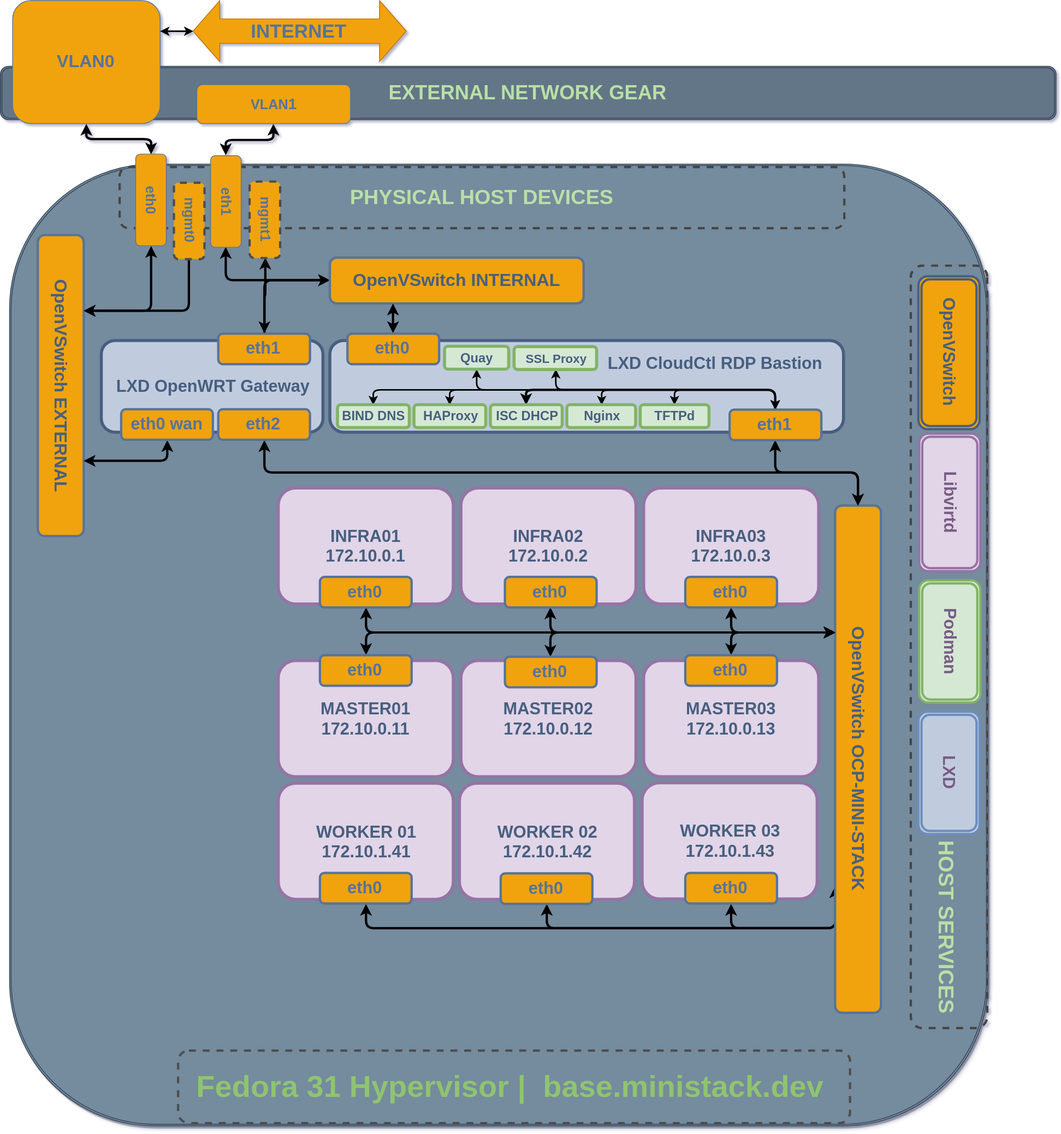
Earlier version of the draw.io export zweb/drawio/master-ocp-mini-stack.svg (kubernautics/openshift). Source tidied: cells renumbered, new cells last; positions are measured from the earlier drawing's top-left corner, leaving out a move shared by most shapes.
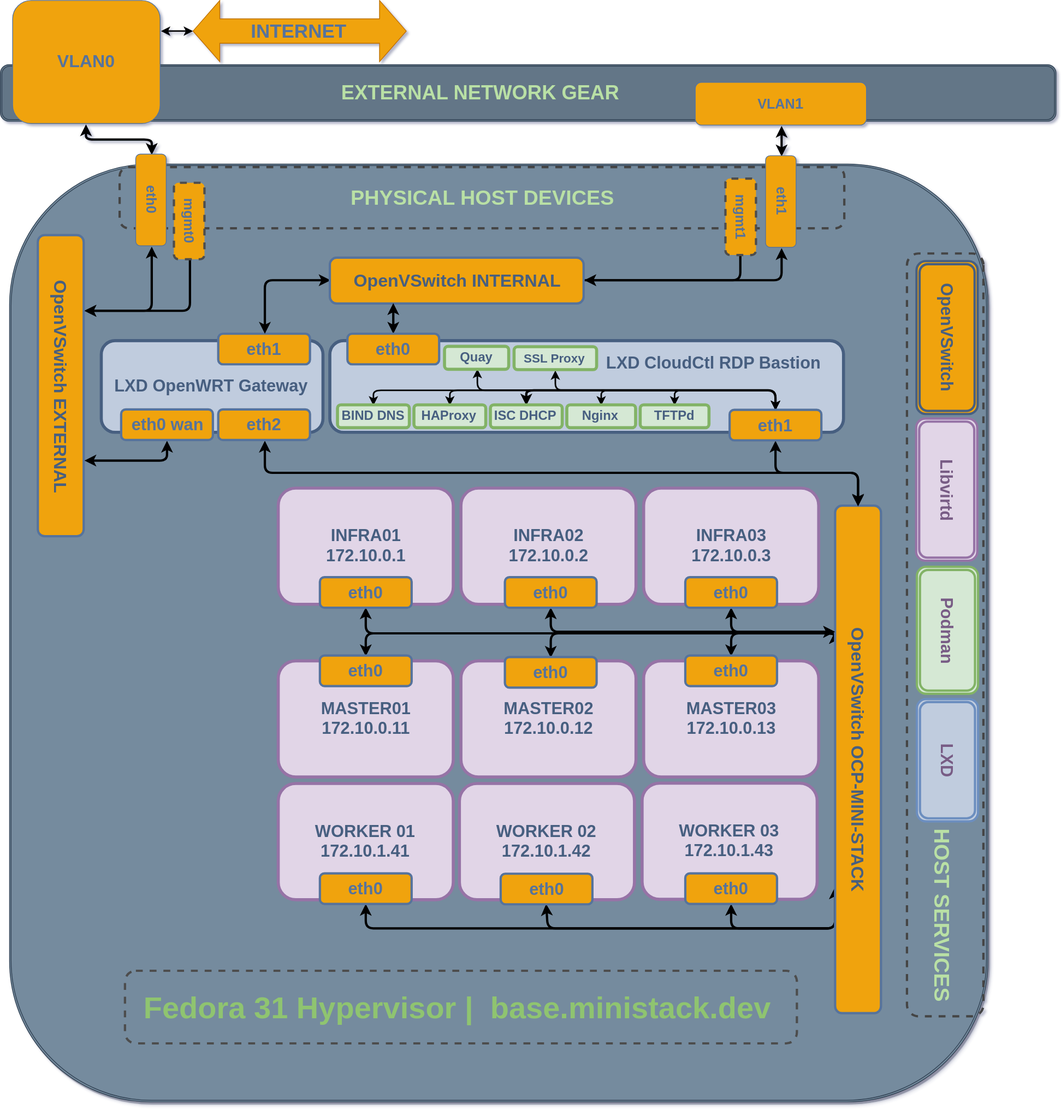
Later version of the same file.

Commit message:
diagram and cleanup

The edit, as a diff of the source:
```diff
@@ -3,13 +3,13 @@
     <mxCell id="0" />
     <mxCell id="1" parent="0" />
     <mxCell id="2" style="shape=ext;double=1;rounded=1;whiteSpace=wrap;html=1;fillColor=#758B9E;strokeColor=#314354;fontColor=#ffffff;glass=0;shadow=1;comic=0;" parent="1" vertex="1">
-      <mxGeometry x="130" y="214" width="1280" height="1259" as="geometry" />
+      <mxGeometry x="130" y="214" width="1280" height="1227" as="geometry" />
     </mxCell>
     <mxCell id="3" value="&lt;b style=&quot;font-size: 22px&quot;&gt;&lt;font style=&quot;font-size: 22px&quot; color=&quot;#475e80&quot;&gt;INFRA03&lt;br&gt;172.10.0.3&lt;br&gt;&lt;/font&gt;&lt;/b&gt;" style="rounded=1;whiteSpace=wrap;html=1;labelBackgroundColor=none;fontFamily=Helvetica;fillColor=#e1d5e7;strokeColor=#9673a6;strokeWidth=4;glass=0;shadow=0;" parent="1" vertex="1">
       <mxGeometry x="959.5" y="638" width="229" height="152" as="geometry" />
     </mxCell>
-    <mxCell id="4" value="&lt;b&gt;&lt;font style=&quot;font-size: 26px&quot; color=&quot;#b9e0a5&quot;&gt;EXTERNAL NETWORK GEAR&lt;/font&gt;&lt;/b&gt;" style="shape=ext;double=1;rounded=1;whiteSpace=wrap;html=1;fillColor=#647687;strokeColor=#314354;fontColor=#ffffff;" parent="1" vertex="1">
-      <mxGeometry x="118" y="86" width="1381" height="70" as="geometry" />
+    <mxCell id="4" value="&lt;b&gt;&lt;font style=&quot;font-size: 26px&quot; color=&quot;#b9e0a5&quot;&gt;&amp;nbsp;EXTERNAL NETWORK GEAR&amp;nbsp; &amp;nbsp; &amp;nbsp; &amp;nbsp; &amp;nbsp; &amp;nbsp; &amp;nbsp; &amp;nbsp; &amp;nbsp;&amp;nbsp;&lt;/font&gt;&lt;/b&gt;" style="shape=ext;double=1;rounded=1;whiteSpace=wrap;html=1;fillColor=#647687;strokeColor=#314354;fontColor=#ffffff;" parent="1" vertex="1">
+      <mxGeometry x="118" y="84" width="1381" height="74" as="geometry" />
     </mxCell>
     <mxCell id="5" style="edgeStyle=orthogonalEdgeStyle;rounded=1;jettySize=auto;html=1;exitX=0.5;exitY=1;exitDx=0;exitDy=0;entryX=0;entryY=0.5;entryDx=0;entryDy=0;startArrow=classic;startFill=1;strokeWidth=3;fontFamily=Helvetica;fontColor=#57739C;" parent="1" edge="1" source="6" target="10">
       <mxGeometry relative="1" as="geometry" />
@@ -29,29 +29,26 @@
     <mxCell id="10" value="&lt;font color=&quot;#57739c&quot; size=&quot;1&quot;&gt;&lt;b style=&quot;font-size: 18px&quot;&gt;eth0&lt;/b&gt;&lt;/font&gt;" style="rounded=1;whiteSpace=wrap;html=1;labelBackgroundColor=none;fontFamily=Helvetica;fontColor=#ffffff;fillColor=#f0a30a;strokeColor=#57739C;rotation=90;" parent="1" vertex="1">
       <mxGeometry x="255" y="241" width="120" height="40" as="geometry" />
     </mxCell>
-    <mxCell id="11" style="edgeStyle=orthogonalEdgeStyle;rounded=1;jettySize=auto;html=1;exitX=1;exitY=0.5;exitDx=0;exitDy=0;entryX=0;entryY=0.5;entryDx=0;entryDy=0;fontFamily=Helvetica;fontColor=#57739C;strokeWidth=3;startArrow=classic;startFill=1;" parent="1" edge="1" source="13" target="38">
-      <mxGeometry relative="1" as="geometry" />
-    </mxCell>
     <mxCell id="12" style="edgeStyle=orthogonalEdgeStyle;rounded=1;jettySize=auto;html=1;exitX=0;exitY=0.5;exitDx=0;exitDy=0;entryX=0.5;entryY=1;entryDx=0;entryDy=0;startArrow=classic;startFill=1;strokeWidth=3;fontFamily=Helvetica;fontColor=#57739C;" parent="1" edge="1" source="13" target="39">
       <mxGeometry relative="1" as="geometry" />
     </mxCell>
     <mxCell id="13" value="&lt;font color=&quot;#57739c&quot;&gt;&lt;span style=&quot;font-size: 18px&quot;&gt;&lt;b&gt;eth1&lt;/b&gt;&lt;/span&gt;&lt;/font&gt;" style="rounded=1;whiteSpace=wrap;html=1;labelBackgroundColor=none;fontFamily=Helvetica;fontColor=#ffffff;fillColor=#f0a30a;strokeColor=#57739C;rotation=90;" parent="1" vertex="1">
-      <mxGeometry x="353" y="243" width="120" height="40" as="geometry" />
+      <mxGeometry x="1079" y="243" width="120" height="40" as="geometry" />
     </mxCell>
     <mxCell id="14" value="&lt;font color=&quot;#b9e0a5&quot; size=&quot;1&quot;&gt;&lt;b style=&quot;font-size: 28px&quot;&gt;&lt;sub&gt;&lt;font style=&quot;font-size: 28px&quot;&gt;HOST SERVICES&lt;/font&gt;&lt;span style=&quot;font-size: 28px&quot;&gt;&amp;nbsp;&amp;nbsp;&lt;/span&gt;&lt;/sub&gt;&lt;/b&gt;&lt;/font&gt;" style="rounded=1;whiteSpace=wrap;html=1;labelBackgroundColor=none;strokeColor=#454545;fontFamily=Helvetica;fontColor=#57739C;fillColor=none;dashed=1;strokeWidth=3;align=right;rotation=90;" parent="1" vertex="1">
-      <mxGeometry x="860" y="796" width="998" height="100" as="geometry" />
+      <mxGeometry x="855" y="780" width="998" height="100" as="geometry" />
     </mxCell>
     <mxCell id="15" value="&lt;font style=&quot;font-size: 22px&quot; color=&quot;#475e80&quot;&gt;&lt;b&gt;OpenVSwitch&lt;/b&gt;&lt;/font&gt;" style="shape=ext;double=1;rounded=1;whiteSpace=wrap;html=1;labelBackgroundColor=none;strokeColor=#475E80;strokeWidth=3;fillColor=#f0a30a;fontFamily=Helvetica;rotation=90;glass=0;fontColor=#ffffff;" parent="1" vertex="1">
-      <mxGeometry x="1259" y="421" width="200" height="80" as="geometry" />
+      <mxGeometry x="1256.5" y="401" width="200" height="80" as="geometry" />
     </mxCell>
     <mxCell id="16" value="&lt;font style=&quot;font-size: 22px&quot; color=&quot;#785c85&quot;&gt;&lt;b&gt;Libvirtd&lt;/b&gt;&lt;/font&gt;" style="shape=ext;double=1;rounded=1;whiteSpace=wrap;html=1;labelBackgroundColor=none;strokeColor=#9673a6;strokeWidth=3;fillColor=#e1d5e7;fontFamily=Helvetica;rotation=90;" parent="1" vertex="1">
-      <mxGeometry x="1270" y="617" width="180" height="80" as="geometry" />
+      <mxGeometry x="1263" y="600" width="186" height="80" as="geometry" />
     </mxCell>
     <mxCell id="17" value="&lt;font style=&quot;font-size: 22px&quot; color=&quot;#785c85&quot;&gt;&lt;b&gt;Podman&lt;/b&gt;&lt;/font&gt;" style="shape=ext;double=1;rounded=1;whiteSpace=wrap;html=1;labelBackgroundColor=none;strokeColor=#82b366;strokeWidth=3;fillColor=#d5e8d4;fontFamily=Helvetica;rotation=90;" parent="1" vertex="1">
-      <mxGeometry x="1280" y="799" width="160" height="80" as="geometry" />
+      <mxGeometry x="1274" y="784" width="166" height="80" as="geometry" />
     </mxCell>
     <mxCell id="18" value="&lt;font style=&quot;font-size: 22px&quot; color=&quot;#785c85&quot;&gt;&lt;b&gt;LXD&lt;/b&gt;&lt;/font&gt;" style="shape=ext;double=1;rounded=1;whiteSpace=wrap;html=1;labelBackgroundColor=none;strokeColor=#6c8ebf;strokeWidth=3;fillColor=#C0CCDE;fontFamily=Helvetica;rotation=90;shadow=0;" parent="1" vertex="1">
-      <mxGeometry x="1279" y="971" width="160" height="80" as="geometry" />
+      <mxGeometry x="1277" y="954" width="160" height="80" as="geometry" />
     </mxCell>
     <mxCell id="19" value="&lt;b&gt;&lt;font style=&quot;font-size: 22px&quot; color=&quot;#475e80&quot;&gt;LXD OpenWRT Gateway&lt;/font&gt;&lt;/b&gt;" style="rounded=1;whiteSpace=wrap;html=1;labelBackgroundColor=none;fontFamily=Helvetica;fillColor=#C0CCDE;strokeColor=#475E80;strokeWidth=4;glass=0;shadow=0;" parent="1" vertex="1">
       <mxGeometry x="250" y="445" width="290" height="120" as="geometry" />
@@ -73,9 +70,6 @@
     <mxCell id="23" value="&lt;font color=&quot;#57739c&quot; size=&quot;1&quot;&gt;&lt;b style=&quot;font-size: 22px&quot;&gt;eth0 wan&lt;/b&gt;&lt;/font&gt;" style="rounded=1;whiteSpace=wrap;html=1;labelBackgroundColor=none;fontFamily=Helvetica;fontColor=#ffffff;fillColor=#f0a30a;strokeColor=#57739C;strokeWidth=3;" parent="1" vertex="1">
       <mxGeometry x="276" y="535" width="120" height="40" as="geometry" />
     </mxCell>
-    <mxCell id="24" style="edgeStyle=orthogonalEdgeStyle;rounded=1;jettySize=auto;html=1;exitX=0.5;exitY=0;exitDx=0;exitDy=0;entryX=1;entryY=0.5;entryDx=0;entryDy=0;strokeWidth=3;" parent="1" edge="1" source="25" target="80">
-      <mxGeometry relative="1" as="geometry" />
-    </mxCell>
     <mxCell id="25" value="&lt;font color=&quot;#57739c&quot; size=&quot;1&quot;&gt;&lt;b style=&quot;font-size: 22px&quot;&gt;eth1&lt;/b&gt;&lt;/font&gt;" style="rounded=1;whiteSpace=wrap;html=1;labelBackgroundColor=none;fontFamily=Helvetica;fontColor=#ffffff;fillColor=#f0a30a;strokeColor=#57739C;strokeWidth=3;" parent="1" vertex="1">
       <mxGeometry x="403" y="436" width="120" height="40" as="geometry" />
     </mxCell>
@@ -146,11 +140,18 @@
     <mxCell id="37" style="edgeStyle=orthogonalEdgeStyle;rounded=1;jettySize=auto;html=1;exitX=0;exitY=0.5;exitDx=0;exitDy=0;entryX=0.5;entryY=0;entryDx=0;entryDy=0;startArrow=classic;startFill=1;strokeWidth=3;fontFamily=Helvetica;fontColor=#57739C;" parent="1" edge="1" source="38" target="25">
       <mxGeometry relative="1" as="geometry" />
     </mxCell>
+    <mxCell id="81" style="edgeStyle=orthogonalEdgeStyle;rounded=1;jettySize=auto;html=1;exitX=1;exitY=0.5;exitDx=0;exitDy=0;entryX=1;entryY=0.5;entryDx=0;entryDy=0;strokeWidth=3;" parent="1" edge="1" source="38" target="13">
+      <mxGeometry relative="1" as="geometry">
+        <Array as="points">
+          <mxPoint x="1139" y="366" />
+        </Array>
+      </mxGeometry>
+    </mxCell>
     <mxCell id="38" value="&lt;font color=&quot;#475e80&quot; size=&quot;1&quot;&gt;&lt;b style=&quot;font-size: 23px&quot;&gt;OpenVSwitch INTERNAL&lt;/b&gt;&lt;/font&gt;" style="rounded=1;whiteSpace=wrap;html=1;labelBackgroundColor=none;fontFamily=Helvetica;fontColor=#ffffff;fillColor=#f0a30a;strokeColor=#57739C;rotation=0;strokeWidth=3;" parent="1" vertex="1">
       <mxGeometry x="549" y="336.5" width="332" height="60" as="geometry" />
     </mxCell>
     <mxCell id="39" value="&lt;font color=&quot;#57739c&quot; size=&quot;1&quot;&gt;&lt;b style=&quot;font-size: 18px&quot;&gt;VLAN&lt;/b&gt;&lt;b style=&quot;font-size: 20px&quot;&gt;1&lt;/b&gt;&lt;/font&gt;" style="rounded=1;whiteSpace=wrap;html=1;labelBackgroundColor=none;fontFamily=Helvetica;fontColor=#ffffff;fillColor=#f0a30a;strokeColor=#57739C;" parent="1" vertex="1">
-      <mxGeometry x="375" y="110" width="201" height="51" as="geometry" />
+      <mxGeometry x="1027" y="107" width="224" height="56" as="geometry" />
     </mxCell>
     <mxCell id="40" value="&lt;b style=&quot;font-size: 22px&quot;&gt;&lt;font style=&quot;font-size: 22px&quot;&gt;&lt;font color=&quot;#475e80&quot; style=&quot;font-size: 22px&quot;&gt;&lt;sup&gt;&lt;font style=&quot;font-size: 22px&quot;&gt;LXD CloudCtl RDP Bastion&amp;nbsp;&amp;nbsp;&lt;/font&gt;&lt;span style=&quot;font-size: 22px&quot;&gt;&amp;nbsp;&amp;nbsp;&lt;/span&gt;&lt;br style=&quot;font-size: 22px&quot;&gt;&lt;/sup&gt;&lt;/font&gt;&lt;br&gt;&lt;br&gt;&lt;/font&gt;&lt;/b&gt;" style="rounded=1;whiteSpace=wrap;html=1;labelBackgroundColor=none;fontFamily=Helvetica;fillColor=#C0CCDE;strokeColor=#475E80;strokeWidth=4;glass=0;shadow=0;align=right;" parent="1" vertex="1">
       <mxGeometry x="549" y="445" width="672" height="120" as="geometry" />
@@ -266,7 +267,7 @@
       <mxGeometry x="1014" y="1142" width="120" height="40" as="geometry" />
     </mxCell>
     <mxCell id="76" value="&lt;b style=&quot;color: rgb(255 , 255 , 255) ; white-space: normal&quot;&gt;&lt;font&gt;&lt;sub&gt;&lt;font&gt;&lt;font color=&quot;#8fc470&quot; style=&quot;font-size: 40px&quot;&gt;Fedora 31 Hypervisor |&amp;nbsp; base.ministack.dev&amp;nbsp;&lt;br&gt;&lt;/font&gt;&lt;/font&gt;&lt;/sub&gt;&lt;/font&gt;&lt;/b&gt;" style="rounded=1;whiteSpace=wrap;html=1;shadow=0;glass=0;comic=0;labelBackgroundColor=none;strokeWidth=3;fontFamily=Helvetica;fillColor=none;dashed=1;strokeColor=#4D4D4D;rotation=0;" parent="1" vertex="1">
-      <mxGeometry x="350.5" y="1374.5" width="879" height="95" as="geometry" />
+      <mxGeometry x="281" y="1269.5" width="879" height="95" as="geometry" />
     </mxCell>
     <mxCell id="77" value="&lt;b&gt;&lt;font style=&quot;font-size: 17px&quot;&gt;&lt;font color=&quot;#475e80&quot;&gt;ISC DHCP&lt;/font&gt;&lt;br&gt;&lt;/font&gt;&lt;/b&gt;" style="rounded=1;whiteSpace=wrap;html=1;labelBackgroundColor=none;fontFamily=Helvetica;fillColor=#d5e8d4;strokeColor=#82b366;strokeWidth=4;glass=0;shadow=0;" parent="1" vertex="1">
       <mxGeometry x="759" y="529" width="94" height="30" as="geometry" />
@@ -277,8 +278,11 @@
     <mxCell id="79" value="&lt;font color=&quot;#57739c&quot; size=&quot;1&quot;&gt;&lt;b style=&quot;font-size: 18px&quot;&gt;mgmt0&lt;/b&gt;&lt;/font&gt;" style="rounded=1;whiteSpace=wrap;html=1;labelBackgroundColor=none;fontFamily=Helvetica;fontColor=#ffffff;fillColor=#f0a30a;strokeColor=#4D4D4D;rotation=90;dashed=1;strokeWidth=3;" parent="1" vertex="1">
       <mxGeometry x="315" y="268.5" width="100" height="40" as="geometry" />
     </mxCell>
+    <mxCell id="82" style="edgeStyle=orthogonalEdgeStyle;rounded=1;jettySize=auto;html=1;exitX=1;exitY=0.5;exitDx=0;exitDy=0;entryX=1;entryY=0.5;entryDx=0;entryDy=0;strokeWidth=3;" parent="1" edge="1" source="80" target="38">
+      <mxGeometry relative="1" as="geometry" />
+    </mxCell>
     <mxCell id="80" value="&lt;font color=&quot;#57739c&quot; size=&quot;1&quot;&gt;&lt;b style=&quot;font-size: 18px&quot;&gt;mgmt1&lt;/b&gt;&lt;/font&gt;" style="rounded=1;whiteSpace=wrap;html=1;labelBackgroundColor=none;fontFamily=Helvetica;fontColor=#ffffff;fillColor=#f0a30a;strokeColor=#4D4D4D;rotation=90;dashed=1;strokeWidth=3;" parent="1" vertex="1">
-      <mxGeometry x="414" y="267" width="100" height="40" as="geometry" />
+      <mxGeometry x="1036.5" y="263" width="100" height="40" as="geometry" />
     </mxCell>
   </root>
 </mxGraphModel>
```
